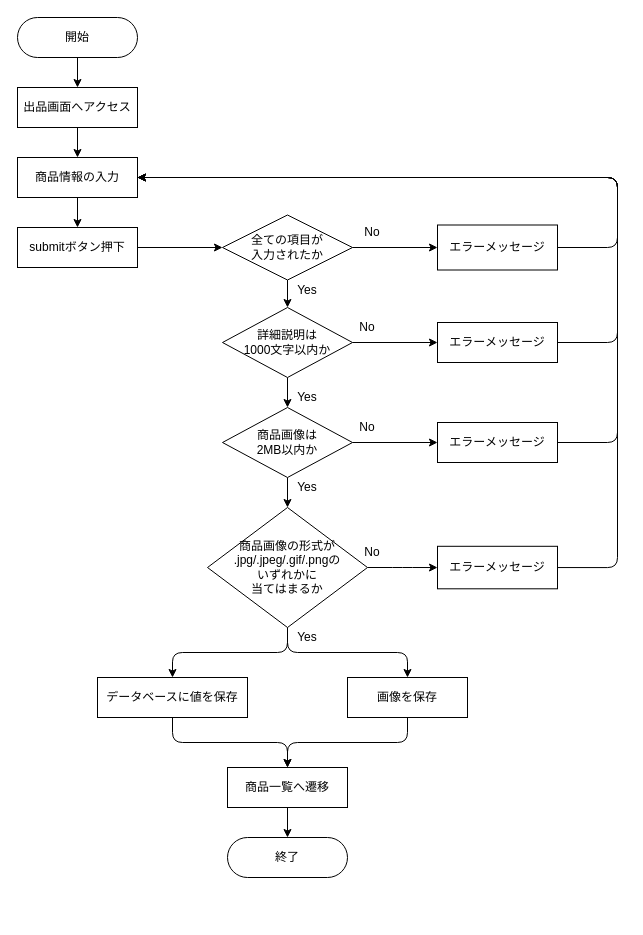
This is 詳細設計/出品フロー.dio from mb-c16h18n3scl31985/quelcode-cakephp, a draw.io file, before an edit. Source tidied: cells renumbered, new cells numbered last; positions are measured from the earlier drawing's top-left corner, leaving out a move shared by most shapes. Both pictures are drawn from the tidied source at 100%, with x=0, y=0 at pixel (17, 17).
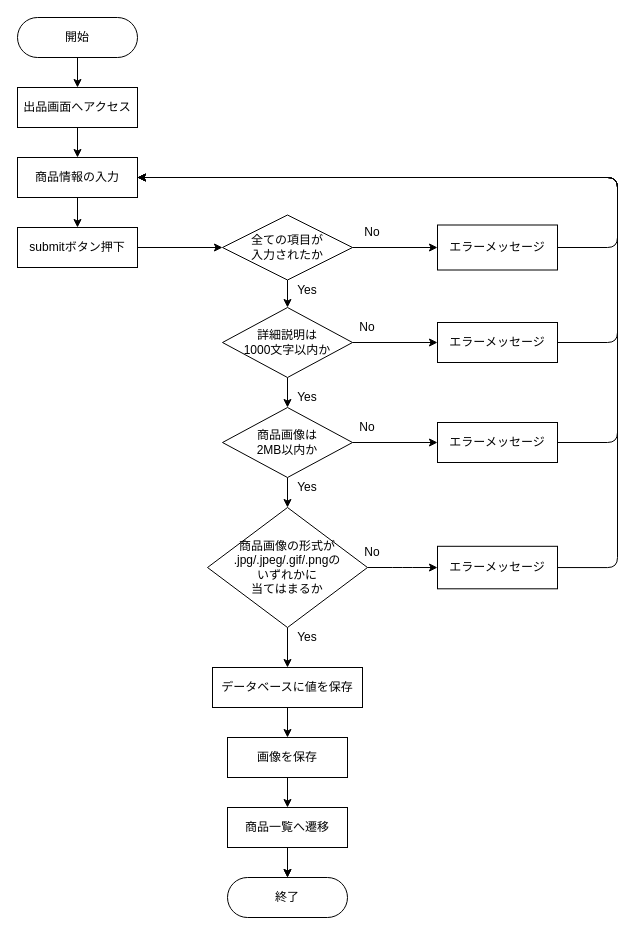
The same page after the edit.

Commit message (it also covers changes not shown here):
Fix: 出品フローの並列処理を直列に変更

Unchanged cells that the change refers to:
```xml
<mxCell id="21" value="商品画像の形式が&lt;br&gt;.jpg/.jpeg/.gif/.pngの&lt;br&gt;いずれかに&lt;br&gt;当てはまるか" style="rhombus;whiteSpace=wrap;html=1;rounded=0;sketch=0;" parent="1" vertex="1">
  <mxGeometry x="190" y="490" width="160" height="120" as="geometry" />
</mxCell>
```

The edit, as a diff of the source:
```diff
@@
-    <mxCell id="19" style="edgeStyle=orthogonalEdgeStyle;curved=0;rounded=1;sketch=0;jettySize=auto;html=1;exitX=0.5;exitY=1;exitDx=0;exitDy=0;entryX=0.5;entryY=0;entryDx=0;entryDy=0;" parent="1" edge="1" source="21" target="43">
-      <mxGeometry relative="1" as="geometry" />
-    </mxCell>
@@
+    <mxCell id="46" style="edgeStyle=orthogonalEdgeStyle;rounded=0;jettySize=auto;html=1;" parent="1" edge="1" source="23" target="39">
+      <mxGeometry relative="1" as="geometry" />
+    </mxCell>
     <mxCell id="23" value="商品一覧へ遷移" style="rounded=0;whiteSpace=wrap;html=1;sketch=0;" parent="1" vertex="1">
-      <mxGeometry x="210" y="750" width="120" height="40" as="geometry" />
+      <mxGeometry x="210" y="790" width="120" height="40" as="geometry" />
     </mxCell>
@@
     <mxCell id="39" value="終了" style="rounded=1;whiteSpace=wrap;html=1;sketch=0;arcSize=50;" parent="1" vertex="1">
-      <mxGeometry x="210" y="820" width="120" height="40" as="geometry" />
+      <mxGeometry x="210" y="860" width="120" height="40" as="geometry" />
     </mxCell>
-    <mxCell id="40" style="edgeStyle=orthogonalEdgeStyle;curved=0;rounded=1;sketch=0;jettySize=auto;html=1;exitX=0.5;exitY=1;exitDx=0;exitDy=0;entryX=0.5;entryY=0;entryDx=0;entryDy=0;" parent="1" edge="1" source="41" target="23">
+    <mxCell id="40" style="edgeStyle=orthogonalEdgeStyle;rounded=0;jettySize=auto;html=1;exitX=0.5;exitY=1;exitDx=0;exitDy=0;entryX=0.5;entryY=0;entryDx=0;entryDy=0;" parent="1" edge="1" source="41" target="43">
       <mxGeometry relative="1" as="geometry" />
     </mxCell>
     <mxCell id="41" value="データベースに値を保存" style="rounded=0;whiteSpace=wrap;html=1;sketch=0;" parent="1" vertex="1">
-      <mxGeometry x="80" y="660" width="150" height="40" as="geometry" />
+      <mxGeometry x="195" y="650" width="150" height="40" as="geometry" />
     </mxCell>
-    <mxCell id="42" style="edgeStyle=orthogonalEdgeStyle;curved=0;rounded=1;sketch=0;jettySize=auto;html=1;exitX=0.5;exitY=1;exitDx=0;exitDy=0;entryX=0.5;entryY=0;entryDx=0;entryDy=0;" parent="1" edge="1" source="43" target="23">
+    <mxCell id="42" style="edgeStyle=orthogonalEdgeStyle;rounded=0;jettySize=auto;html=1;exitX=0.5;exitY=1;exitDx=0;exitDy=0;entryX=0.5;entryY=0;entryDx=0;entryDy=0;" parent="1" edge="1" source="43" target="23">
       <mxGeometry relative="1" as="geometry" />
     </mxCell>
     <mxCell id="43" value="画像を保存" style="rounded=0;whiteSpace=wrap;html=1;sketch=0;" parent="1" vertex="1">
-      <mxGeometry x="330" y="660" width="120" height="40" as="geometry" />
+      <mxGeometry x="210" y="720" width="120" height="40" as="geometry" />
     </mxCell>
```
